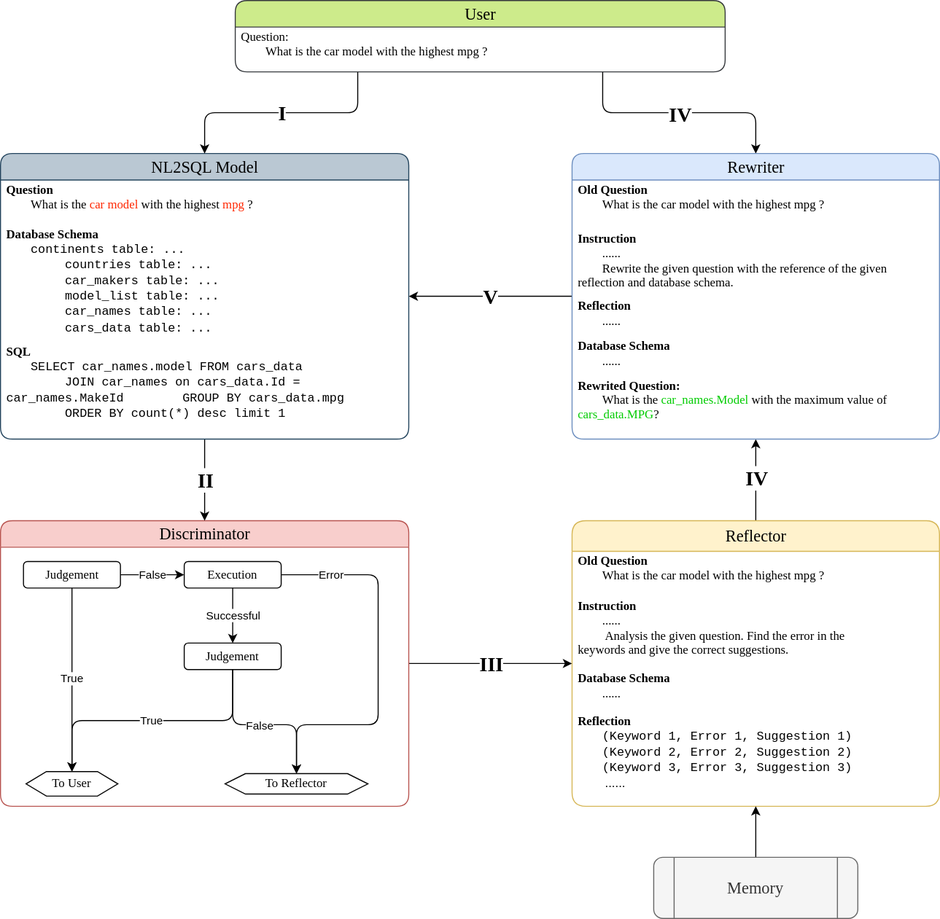
This is rewriter_agents_v240513.drawio.svg from MPX0222/Research-Design-Space, a draw.io export, as it was before one commit. Source tidied: cells renumbered, new cells last; positions are measured from the earlier drawing's top-left corner, leaving out a move shared by most shapes.
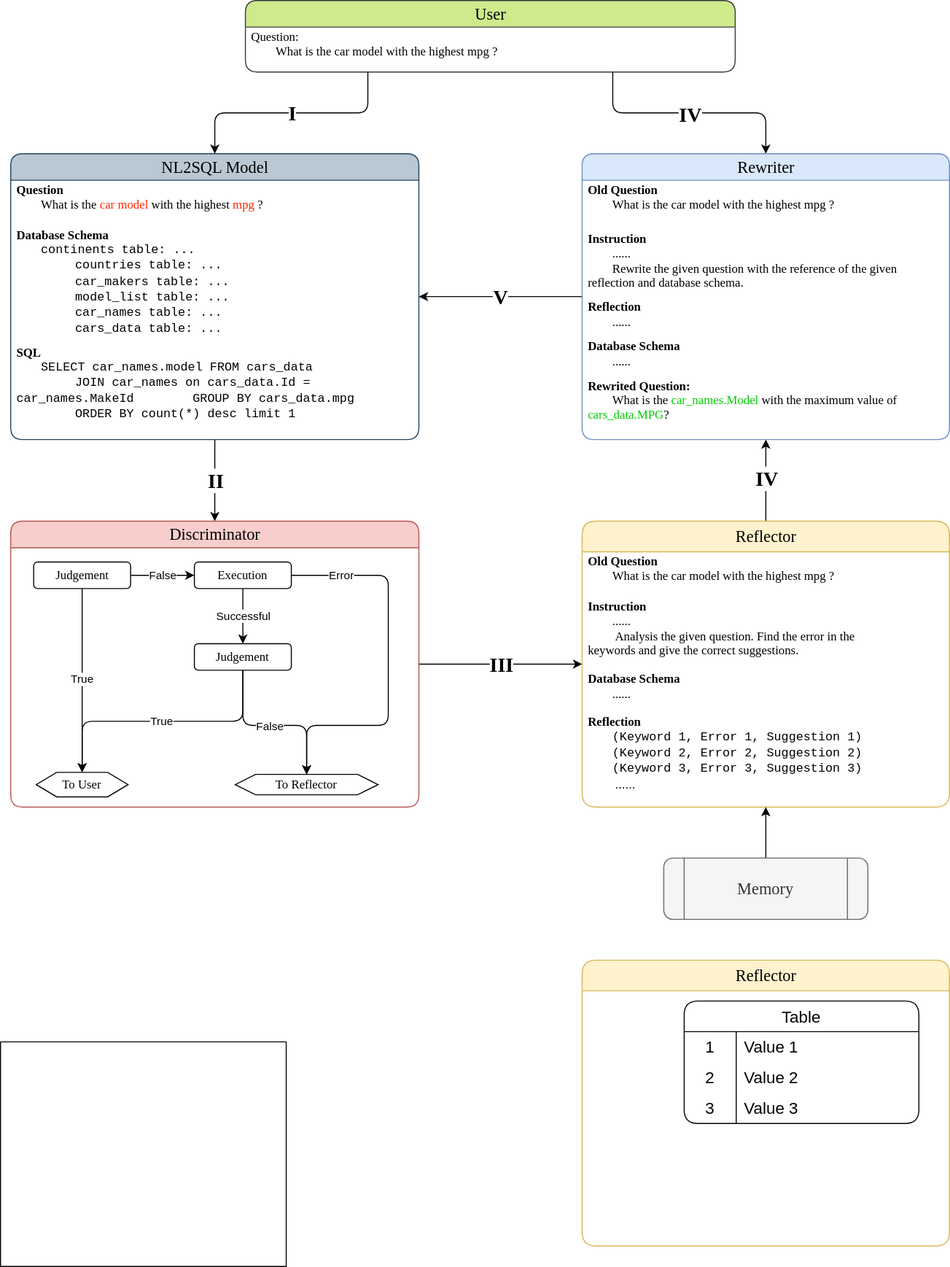
Later version of the same file.

What changed in the source:
```diff
@@ -163,5 +163,44 @@
     <mxCell id="50" value="&lt;font face=&quot;Verdana&quot; style=&quot;font-size: 16px;&quot;&gt;Memory&lt;/font&gt;" style="shape=process;whiteSpace=wrap;html=1;backgroundOutline=1;rounded=1;fillColor=#f5f5f5;strokeColor=#666666;fontColor=#333333;" parent="1" vertex="1">
       <mxGeometry x="640" y="840" width="200" height="60" as="geometry" />
     </mxCell>
+    <mxCell id="51" value="&lt;font style=&quot;font-size: 16px;&quot;&gt;Reflector&lt;/font&gt;" style="swimlane;html=1;fontStyle=0;horizontal=1;startSize=30;fillColor=#fff2cc;swimlaneFillColor=#ffffff;align=center;rounded=1;shadow=0;comic=0;labelBackgroundColor=none;strokeWidth=1;fontFamily=Verdana;fontSize=12;strokeColor=#d6b656;" parent="1" vertex="1">
+      <mxGeometry x="560" y="940" width="360" height="280" as="geometry" />
+    </mxCell>
+    <mxCell id="52" style="swimlane;startSize=0;horizontal=1;containerType=tree;newEdgeStyle={&quot;edgeStyle&quot;:&quot;elbowEdgeStyle&quot;,&quot;startArrow&quot;:&quot;none&quot;,&quot;endArrow&quot;:&quot;none&quot;};rounded=1;strokeColor=none;" parent="51" vertex="1">
+      <mxGeometry y="30" width="360" height="250" as="geometry" />
+    </mxCell>
+    <mxCell id="53" value="Table" style="shape=table;startSize=30;rowLines=0;fontStyle=0;strokeColor=default;fontSize=16;rounded=1;" parent="52" vertex="1">
+      <mxGeometry x="100" y="10" width="230" height="120" as="geometry" />
+    </mxCell>
+    <mxCell id="54" style="shape=tableRow;horizontal=0;startSize=0;swimlaneHead=0;swimlaneBody=0;top=0;left=0;bottom=0;right=0;fillColor=none;strokeColor=inherit;fontSize=16;rounded=1;" parent="53" vertex="1">
+      <mxGeometry y="30" width="230" height="30" as="geometry" />
+    </mxCell>
+    <mxCell id="55" value="1" style="shape=partialRectangle;html=1;whiteSpace=wrap;fillColor=none;top=0;left=0;bottom=0;right=0;overflow=hidden;strokeColor=inherit;fontSize=16;rounded=1;" parent="54" vertex="1">
+      <mxGeometry width="51" height="30" as="geometry" />
+    </mxCell>
+    <mxCell id="56" value="Value 1" style="shape=partialRectangle;html=1;whiteSpace=wrap;fillColor=none;top=0;left=0;bottom=0;right=0;align=left;spacingLeft=6;overflow=hidden;strokeColor=inherit;fontSize=16;rounded=1;" parent="54" vertex="1">
+      <mxGeometry x="51" width="179" height="30" as="geometry" />
+    </mxCell>
+    <mxCell id="57" style="shape=tableRow;horizontal=0;startSize=0;swimlaneHead=0;swimlaneBody=0;top=0;left=0;bottom=0;right=0;fillColor=none;strokeColor=inherit;fontSize=16;rounded=1;" parent="53" vertex="1">
+      <mxGeometry y="60" width="230" height="30" as="geometry" />
+    </mxCell>
+    <mxCell id="58" value="2" style="shape=partialRectangle;html=1;whiteSpace=wrap;fillColor=none;top=0;left=0;bottom=0;right=0;overflow=hidden;strokeColor=inherit;fontSize=16;rounded=1;" parent="57" vertex="1">
+      <mxGeometry width="51" height="30" as="geometry" />
+    </mxCell>
+    <mxCell id="59" value="Value 2" style="shape=partialRectangle;html=1;whiteSpace=wrap;fillColor=none;top=0;left=0;bottom=0;right=0;align=left;spacingLeft=6;overflow=hidden;strokeColor=inherit;fontSize=16;rounded=1;" parent="57" vertex="1">
+      <mxGeometry x="51" width="179" height="30" as="geometry" />
+    </mxCell>
+    <mxCell id="60" style="shape=tableRow;horizontal=0;startSize=0;swimlaneHead=0;swimlaneBody=0;top=0;left=0;bottom=0;right=0;fillColor=none;strokeColor=inherit;fontSize=16;rounded=1;" parent="53" vertex="1">
+      <mxGeometry y="90" width="230" height="30" as="geometry" />
+    </mxCell>
+    <mxCell id="61" value="3" style="shape=partialRectangle;html=1;whiteSpace=wrap;fillColor=none;top=0;left=0;bottom=0;right=0;overflow=hidden;strokeColor=inherit;fontSize=16;rounded=1;" parent="60" vertex="1">
+      <mxGeometry width="51" height="30" as="geometry" />
+    </mxCell>
+    <mxCell id="62" value="Value 3" style="shape=partialRectangle;html=1;whiteSpace=wrap;fillColor=none;top=0;left=0;bottom=0;right=0;align=left;spacingLeft=6;overflow=hidden;strokeColor=inherit;fontSize=16;rounded=1;" parent="60" vertex="1">
+      <mxGeometry x="51" width="179" height="30" as="geometry" />
+    </mxCell>
+    <mxCell id="63" style="swimlane;startSize=0;horizontal=1;containerType=tree;newEdgeStyle={&quot;edgeStyle&quot;:&quot;elbowEdgeStyle&quot;,&quot;startArrow&quot;:&quot;none&quot;,&quot;endArrow&quot;:&quot;none&quot;};rounded=1;" parent="1" vertex="1">
+      <mxGeometry x="-10" y="1020" width="280" height="220" as="geometry" />
+    </mxCell>
   </root>
 </mxGraphModel>
```
